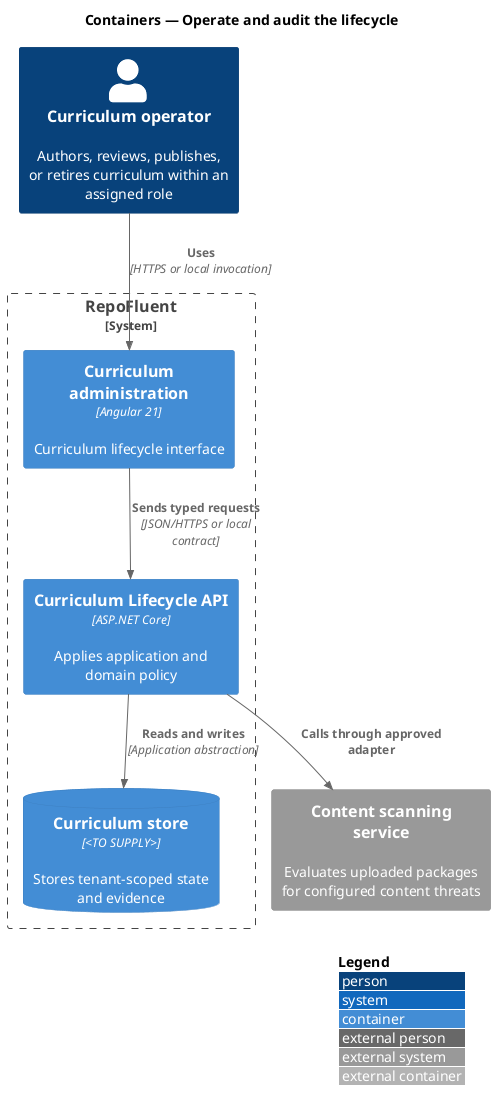
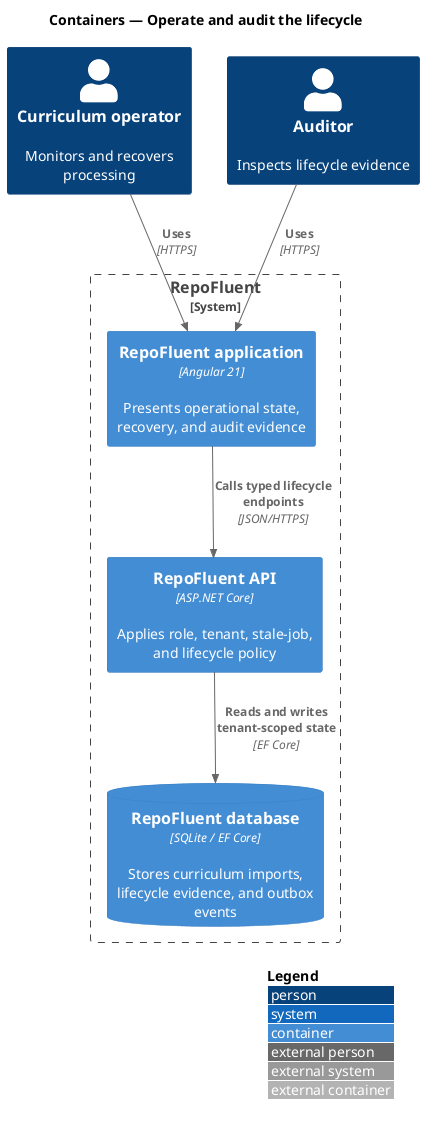
@startuml
!include <C4/C4_Container>
LAYOUT_WITH_LEGEND()
title Containers — Operate and audit the lifecycle

- Person(actor, "Curriculum operator", "Authors, reviews, publishes, or retires curriculum within an assigned role")
+ Person(operator, "Curriculum operator", "Monitors and recovers processing")
+ Person(auditor, "Auditor", "Inspects lifecycle evidence")
System_Boundary(repofluent, "RepoFluent") {
-   Container(entry, "Curriculum administration", "Angular 21", "Curriculum lifecycle interface")
-   Container(api, "Curriculum Lifecycle API", "ASP.NET Core", "Applies application and domain policy")
-   ContainerDb(store, "Curriculum store", "<TO SUPPLY>", "Stores tenant-scoped state and evidence")
+   Container(web, "RepoFluent application", "Angular 21", "Presents operational state, recovery, and audit evidence")
+   Container(api, "RepoFluent API", "ASP.NET Core", "Applies role, tenant, stale-job, and lifecycle policy")
+   ContainerDb(store, "RepoFluent database", "SQLite / EF Core", "Stores curriculum imports, lifecycle evidence, and outbox events")
}
- System_Ext(dependency, "Content scanning service", "Evaluates uploaded packages for configured content threats")

- Rel(actor, entry, "Uses", "HTTPS or local invocation")
- Rel(entry, api, "Sends typed requests", "JSON/HTTPS or local contract")
- Rel(api, store, "Reads and writes", "Application abstraction")
- Rel(api, dependency, "Calls through approved adapter")
+ Rel(operator, web, "Uses", "HTTPS")
+ Rel(auditor, web, "Uses", "HTTPS")
+ Rel(web, api, "Calls typed lifecycle endpoints", "JSON/HTTPS")
+ Rel(api, store, "Reads and writes tenant-scoped state", "EF Core")
@enduml
